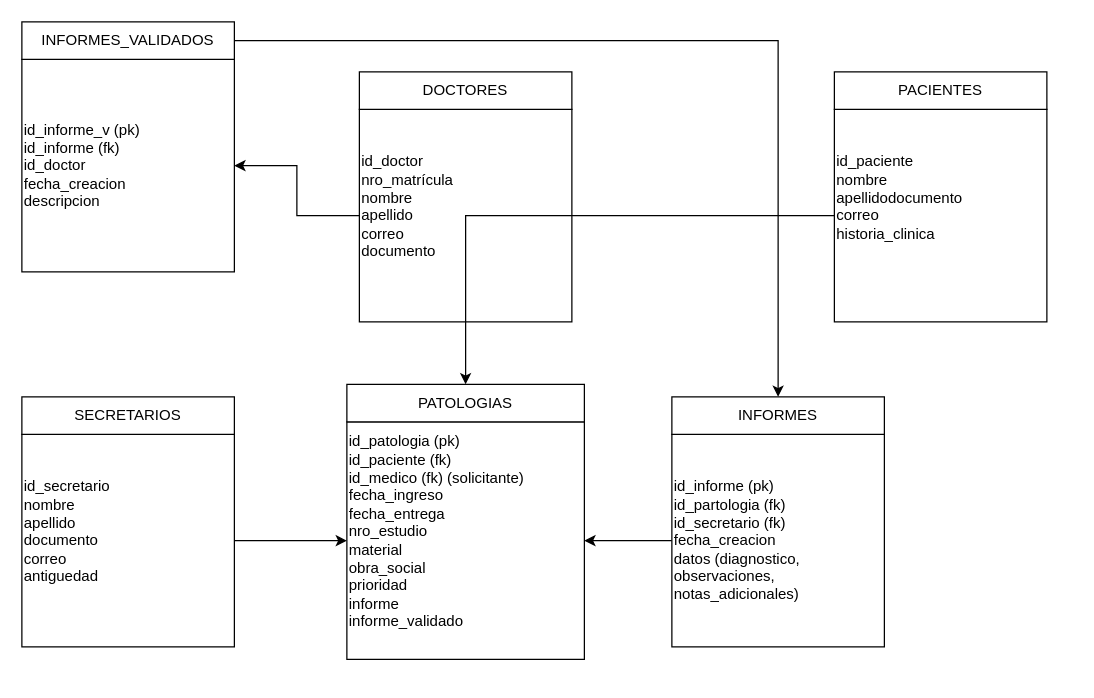
Above: server/Untitled Diagram.drawio in UlisesPaz023/multiuser-contact-book (draw.io), before the change. Source tidied: cells renumbered, new cells numbered last; positions are measured from the earlier drawing's top-left corner, leaving out a move shared by most shapes. Both pictures are drawn from the tidied source at 125%, with x=0, y=0 at pixel (21, 21).
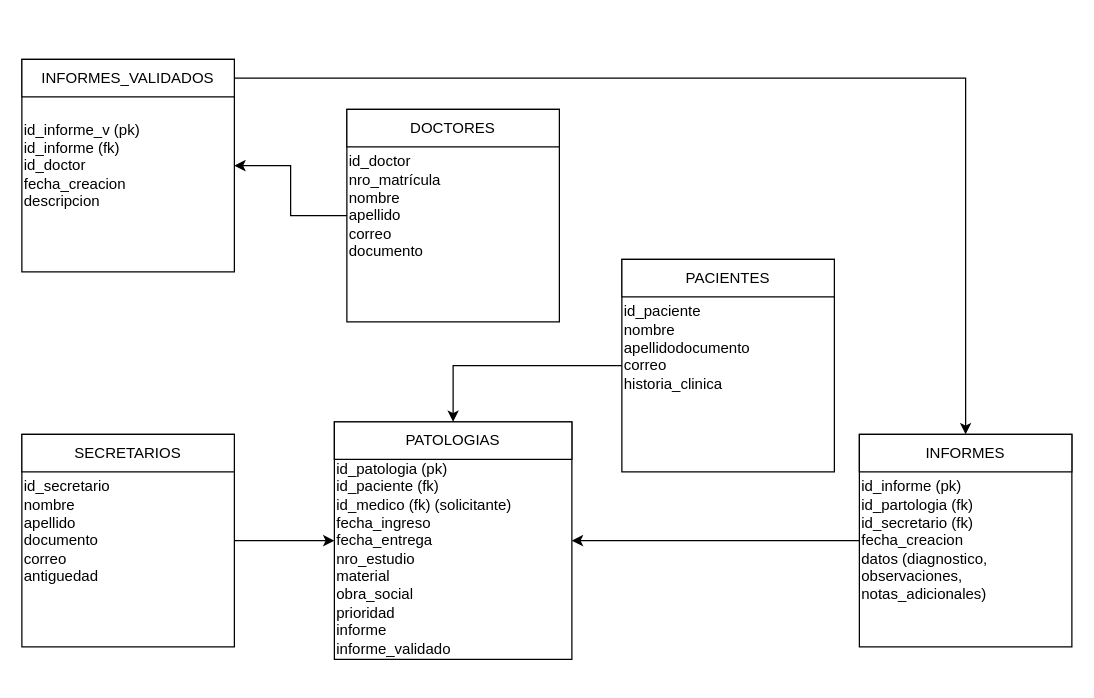
The same page after the edit.

Diff of the diagram source:
```diff
@@
 <mxGraphModel>
   <root>
     <mxCell id="0" />
     <mxCell id="1" parent="0" />
-    <mxCell id="2" value="&lt;div&gt;&lt;span style=&quot;background-color: transparent; color: light-dark(rgb(0, 0, 0), rgb(255, 255, 255));&quot;&gt;id_patologia (pk)&lt;/span&gt;&lt;/div&gt;&lt;div&gt;&lt;span style=&quot;background-color: transparent; color: light-dark(rgb(0, 0, 0), rgb(255, 255, 255));&quot;&gt;id_paciente (fk)&lt;/span&gt;&lt;/div&gt;&lt;div&gt;&lt;span style=&quot;background-color: transparent; color: light-dark(rgb(0, 0, 0), rgb(255, 255, 255));&quot;&gt;id_medico (fk) (solicitante)&lt;/span&gt;&lt;/div&gt;&lt;div&gt;&lt;span style=&quot;background-color: transparent; color: light-dark(rgb(0, 0, 0), rgb(255, 255, 255));&quot;&gt;fecha_ingreso&lt;/span&gt;&lt;/div&gt;&lt;div&gt;&lt;span style=&quot;background-color: transparent; color: light-dark(rgb(0, 0, 0), rgb(255, 255, 255));&quot;&gt;fecha_entrega&lt;/span&gt;&lt;/div&gt;&lt;div&gt;nro_estudio&lt;/div&gt;&lt;div&gt;material&lt;/div&gt;&lt;div&gt;obra_social&lt;/div&gt;&lt;div&gt;prioridad&lt;/div&gt;&lt;div&gt;informe&lt;/div&gt;&lt;div&gt;informe_validado&lt;/div&gt;&lt;div&gt;&lt;br&gt;&lt;/div&gt;" style="whiteSpace=wrap;html=1;flipH=1;flipV=1;align=left;" parent="1" vertex="1">
-      <mxGeometry x="260" y="320" width="190" height="190" as="geometry" />
+    <mxCell id="2" value="&lt;div&gt;&lt;span style=&quot;background-color: transparent; color: light-dark(rgb(0, 0, 0), rgb(255, 255, 255));&quot;&gt;&lt;br&gt;&lt;/span&gt;&lt;/div&gt;&lt;div&gt;&lt;span style=&quot;background-color: transparent; color: light-dark(rgb(0, 0, 0), rgb(255, 255, 255));&quot;&gt;&lt;br&gt;&lt;/span&gt;&lt;/div&gt;&lt;div&gt;&lt;span style=&quot;background-color: transparent; color: light-dark(rgb(0, 0, 0), rgb(255, 255, 255));&quot;&gt;&lt;br&gt;&lt;/span&gt;&lt;/div&gt;&lt;div&gt;&lt;span style=&quot;background-color: transparent; color: light-dark(rgb(0, 0, 0), rgb(255, 255, 255));&quot;&gt;id_patologia (pk)&lt;/span&gt;&lt;/div&gt;&lt;div&gt;&lt;span style=&quot;background-color: transparent; color: light-dark(rgb(0, 0, 0), rgb(255, 255, 255));&quot;&gt;id_paciente (fk)&lt;/span&gt;&lt;/div&gt;&lt;div&gt;&lt;span style=&quot;background-color: transparent; color: light-dark(rgb(0, 0, 0), rgb(255, 255, 255));&quot;&gt;id_medico (fk) (solicitante)&lt;/span&gt;&lt;/div&gt;&lt;div&gt;&lt;span style=&quot;background-color: transparent; color: light-dark(rgb(0, 0, 0), rgb(255, 255, 255));&quot;&gt;fecha_ingreso&lt;/span&gt;&lt;/div&gt;&lt;div&gt;&lt;span style=&quot;background-color: transparent; color: light-dark(rgb(0, 0, 0), rgb(255, 255, 255));&quot;&gt;fecha_entrega&lt;/span&gt;&lt;/div&gt;&lt;div&gt;nro_estudio&lt;/div&gt;&lt;div&gt;material&lt;/div&gt;&lt;div&gt;obra_social&lt;/div&gt;&lt;div&gt;prioridad&lt;/div&gt;&lt;div&gt;informe&lt;/div&gt;&lt;div&gt;informe_validado&lt;/div&gt;&lt;div&gt;&lt;br&gt;&lt;/div&gt;" style="whiteSpace=wrap;html=1;flipH=1;flipV=1;align=left;" parent="1" vertex="1">
+      <mxGeometry x="250" y="320" width="190" height="190" as="geometry" />
     </mxCell>
     <mxCell id="3" value="PATOLOGIAS" style="rounded=0;whiteSpace=wrap;html=1;" parent="1" vertex="1">
-      <mxGeometry x="260" y="290" width="190" height="30" as="geometry" />
+      <mxGeometry x="250" y="320" width="190" height="30" as="geometry" />
     </mxCell>
     <mxCell id="4" value="&lt;div&gt;id_doctor&lt;/div&gt;nro_matrícula&lt;div&gt;nombre&lt;/div&gt;&lt;div&gt;apellido&lt;/div&gt;&lt;div&gt;correo&lt;/div&gt;&lt;div&gt;documento&lt;br&gt;&lt;div&gt;&lt;br&gt;&lt;/div&gt;&lt;/div&gt;" style="whiteSpace=wrap;html=1;flipH=1;flipV=1;align=left;" parent="1" vertex="1">
-      <mxGeometry x="270" y="70" width="170" height="170" as="geometry" />
+      <mxGeometry x="260" y="70" width="170" height="170" as="geometry" />
     </mxCell>
     <mxCell id="5" style="edgeStyle=orthogonalEdgeStyle;rounded=0;jettySize=auto;html=1;exitX=0;exitY=0.5;exitDx=0;exitDy=0;" parent="1" edge="1" source="4" target="16">
       <mxGeometry relative="1" as="geometry" />
     </mxCell>
     <mxCell id="6" value="DOCTORES" style="rounded=0;whiteSpace=wrap;html=1;" parent="1" vertex="1">
-      <mxGeometry x="270" y="40" width="170" height="30" as="geometry" />
+      <mxGeometry x="260" y="70" width="170" height="30" as="geometry" />
     </mxCell>
     <mxCell id="7" value="&lt;div&gt;&lt;div&gt;id_secretario&lt;/div&gt;&lt;/div&gt;&lt;div&gt;nombre&lt;/div&gt;&lt;div&gt;apellido&lt;/div&gt;&lt;div&gt;documento&lt;/div&gt;&lt;div&gt;correo&lt;/div&gt;&lt;div&gt;antiguedad&lt;/div&gt;&lt;div&gt;&lt;br&gt;&lt;/div&gt;" style="whiteSpace=wrap;html=1;flipH=1;flipV=1;align=left;" parent="1" vertex="1">
       <mxGeometry y="330" width="170" height="170" as="geometry" />
     </mxCell>
     <mxCell id="8" style="edgeStyle=orthogonalEdgeStyle;rounded=0;jettySize=auto;html=1;" parent="1" edge="1" source="7" target="2">
       <mxGeometry relative="1" as="geometry" />
     </mxCell>
     <mxCell id="9" value="SECRETARIOS" style="rounded=0;whiteSpace=wrap;html=1;" parent="1" vertex="1">
-      <mxGeometry y="300" width="170" height="30" as="geometry" />
+      <mxGeometry y="330" width="170" height="30" as="geometry" />
     </mxCell>
     <mxCell id="10" style="edgeStyle=orthogonalEdgeStyle;rounded=0;jettySize=auto;html=1;entryX=0.5;entryY=0;entryDx=0;entryDy=0;" parent="1" edge="1" source="11" target="3">
       <mxGeometry relative="1" as="geometry" />
     </mxCell>
     <mxCell id="11" value="&lt;div&gt;id_paciente&lt;/div&gt;&lt;div&gt;nombre&lt;/div&gt;&lt;div&gt;apellidodocumento&lt;/div&gt;&lt;div&gt;correo&lt;/div&gt;&lt;div&gt;historia_clinica&lt;/div&gt;&lt;div&gt;&lt;br&gt;&lt;div&gt;&lt;br&gt;&lt;/div&gt;&lt;/div&gt;" style="whiteSpace=wrap;html=1;flipH=1;flipV=1;align=left;" parent="1" vertex="1">
-      <mxGeometry x="650" y="70" width="170" height="170" as="geometry" />
+      <mxGeometry x="480" y="190" width="170" height="170" as="geometry" />
     </mxCell>
     <mxCell id="12" value="PACIENTES" style="rounded=0;whiteSpace=wrap;html=1;" parent="1" vertex="1">
-      <mxGeometry x="650" y="40" width="170" height="30" as="geometry" />
+      <mxGeometry x="480" y="190" width="170" height="30" as="geometry" />
     </mxCell>
     <mxCell id="13" style="edgeStyle=orthogonalEdgeStyle;rounded=0;jettySize=auto;html=1;" parent="1" edge="1" source="14" target="2">
       <mxGeometry relative="1" as="geometry" />
     </mxCell>
     <mxCell id="14" value="&lt;div&gt;&lt;span style=&quot;background-color: transparent; color: light-dark(rgb(0, 0, 0), rgb(255, 255, 255));&quot;&gt;id_informe (pk)&lt;/span&gt;&lt;/div&gt;&lt;div&gt;&lt;span style=&quot;background-color: transparent; color: light-dark(rgb(0, 0, 0), rgb(255, 255, 255));&quot;&gt;id_partologia (fk)&lt;/span&gt;&lt;/div&gt;&lt;div&gt;&lt;span style=&quot;background-color: transparent; color: light-dark(rgb(0, 0, 0), rgb(255, 255, 255));&quot;&gt;id_secretario (fk)&lt;/span&gt;&lt;/div&gt;&lt;div&gt;&lt;span style=&quot;background-color: transparent; color: light-dark(rgb(0, 0, 0), rgb(255, 255, 255));&quot;&gt;fecha_creacion&lt;/span&gt;&lt;/div&gt;&lt;div&gt;datos (diagnostico, observaciones, notas_adicionales)&lt;/div&gt;" style="whiteSpace=wrap;html=1;flipH=1;flipV=1;align=left;" parent="1" vertex="1">
-      <mxGeometry x="520" y="330" width="170" height="170" as="geometry" />
+      <mxGeometry x="670" y="330" width="170" height="170" as="geometry" />
     </mxCell>
     <mxCell id="15" value="INFORMES" style="rounded=0;whiteSpace=wrap;html=1;" parent="1" vertex="1">
-      <mxGeometry x="520" y="300" width="170" height="30" as="geometry" />
+      <mxGeometry x="670" y="330" width="170" height="30" as="geometry" />
     </mxCell>
     <mxCell id="16" value="&lt;div&gt;&lt;span style=&quot;background-color: transparent; color: light-dark(rgb(0, 0, 0), rgb(255, 255, 255));&quot;&gt;id_informe_v (pk)&lt;/span&gt;&lt;/div&gt;&lt;div&gt;&lt;span style=&quot;background-color: transparent; color: light-dark(rgb(0, 0, 0), rgb(255, 255, 255));&quot;&gt;id_informe (fk)&lt;/span&gt;&lt;/div&gt;&lt;div&gt;id_doctor&lt;/div&gt;&lt;div&gt;&lt;span style=&quot;background-color: transparent; color: light-dark(rgb(0, 0, 0), rgb(255, 255, 255));&quot;&gt;fecha_creacion&lt;/span&gt;&lt;/div&gt;&lt;div&gt;descripcion&lt;/div&gt;" style="whiteSpace=wrap;html=1;flipH=1;flipV=1;align=left;" parent="1" vertex="1">
       <mxGeometry y="30" width="170" height="170" as="geometry" />
     </mxCell>
     <mxCell id="17" style="edgeStyle=orthogonalEdgeStyle;rounded=0;jettySize=auto;html=1;entryX=0.5;entryY=0;entryDx=0;entryDy=0;" parent="1" edge="1" source="18" target="15">
       <mxGeometry relative="1" as="geometry" />
     </mxCell>
     <mxCell id="18" value="INFORMES_VALIDADOS" style="rounded=0;whiteSpace=wrap;html=1;" parent="1" vertex="1">
-      <mxGeometry width="170" height="30" as="geometry" />
+      <mxGeometry y="30" width="170" height="30" as="geometry" />
     </mxCell>
   </root>
 </mxGraphModel>
```
